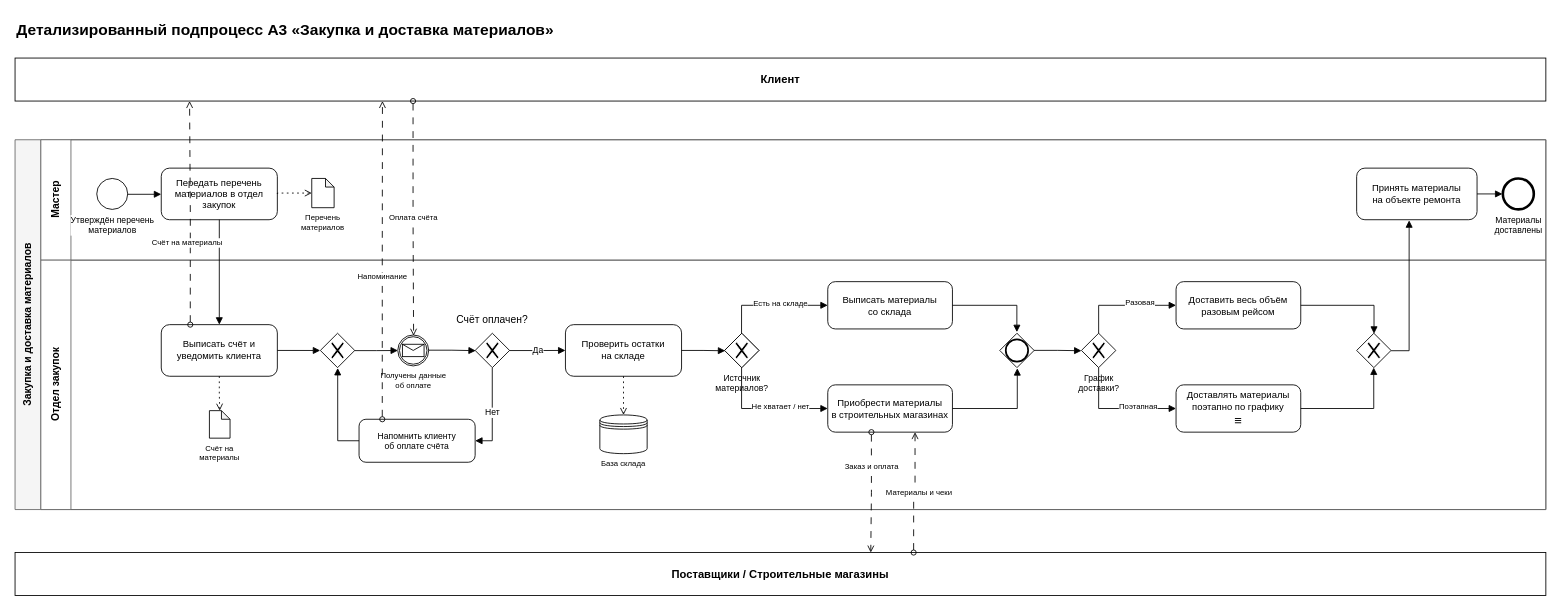
Earlier version of the draw.io diagram page "BPMN A3 - Закупка материалов" (14 of 18) of sem-5/miabp/lab-5/fsa.drawio (anodev996/uni-works). Source tidied: cells renumbered, new cells numbered last; positions are measured from the earlier drawing's top-left corner, leaving out a move shared by most shapes. Both pictures are drawn from the tidied source at 86%, with x=0, y=0 at pixel (15, 15).
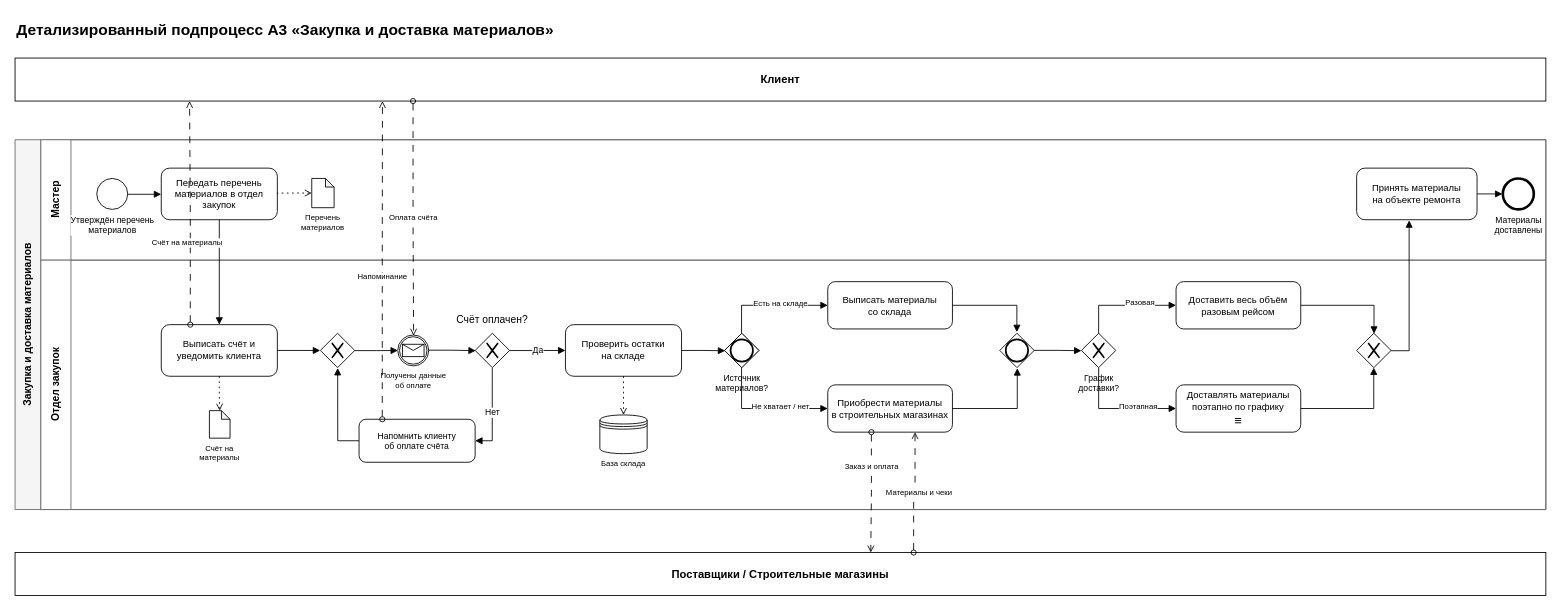
The same page after the edit.

Unchanged cells that the change refers to:
```xml
<mxCell id="11" value="Отдел закупок" style="swimlane;html=1;startSize=35;horizontal=0;whiteSpace=wrap;fillColor=#ffffff;strokeColor=#666666;" parent="4" vertex="1">
  <mxGeometry x="30" y="140" width="1750" height="290" as="geometry" />
</mxCell>
```

The edit, as a diff of the source:
```diff
@@
+    <mxCell id="60" style="ellipse;whiteSpace=wrap;html=1;shapeInside=1;strokeWidth=2;" parent="11" vertex="1">
+      <mxGeometry x="802" y="92" width="26" height="26" as="geometry" />
+    </mxCell>
```
